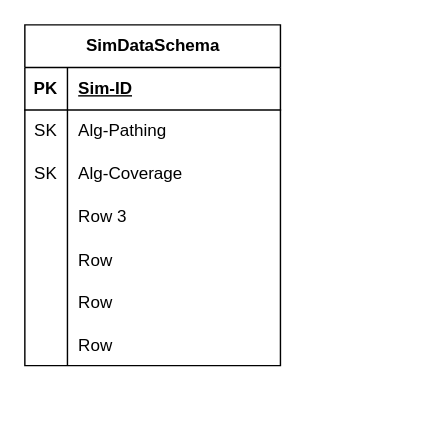
Above: DataSchema.drawio in YammyToast/CMP3753Project (draw.io), before the change. Source tidied: cells renumbered, new cells numbered last; positions are measured from the earlier drawing's top-left corner, leaving out a move shared by most shapes. Both pictures are drawn from the tidied source at 142%, with x=0, y=0 at pixel (24, 24).
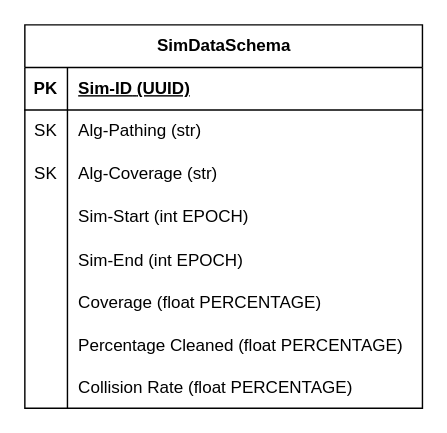
The same diagram, later.

What changed in the source:
```diff
@@
     <mxCell id="2" value="SimDataSchema" style="shape=table;startSize=30;childLayout=tableLayout;rowLines=0;fontStyle=1;align=center;html=1;" parent="1" vertex="1">
-      <mxGeometry width="180" height="240" as="geometry" />
+      <mxGeometry width="280" height="270" as="geometry" />
     </mxCell>
     <mxCell id="3" style="shape=tableRow;horizontal=0;startSize=0;swimlaneHead=0;swimlaneBody=0;fillColor=none;top=0;left=0;right=0;bottom=1;" parent="2" vertex="1">
-      <mxGeometry y="30" width="180" height="30" as="geometry" />
+      <mxGeometry y="30" width="280" height="30" as="geometry" />
     </mxCell>
@@
-    <mxCell id="5" value="Sim-ID" style="shape=partialRectangle;fillColor=none;top=0;left=0;bottom=0;right=0;align=left;spacingLeft=6;fontStyle=5;overflow=hidden;whiteSpace=wrap;html=1;" parent="3" vertex="1">
-      <mxGeometry x="30" width="150" height="30" as="geometry" />
+    <mxCell id="5" value="Sim-ID&lt;span style=&quot;font-weight: normal;&quot;&gt; &lt;/span&gt;(UUID)" style="shape=partialRectangle;fillColor=none;top=0;left=0;bottom=0;right=0;align=left;spacingLeft=6;fontStyle=5;overflow=hidden;whiteSpace=wrap;html=1;" parent="3" vertex="1">
+      <mxGeometry x="30" width="250" height="30" as="geometry" />
     </mxCell>
     <mxCell id="6" style="shape=tableRow;horizontal=0;startSize=0;swimlaneHead=0;swimlaneBody=0;fillColor=none;top=0;left=0;right=0;bottom=0;" parent="2" vertex="1">
-      <mxGeometry y="60" width="180" height="30" as="geometry" />
+      <mxGeometry y="60" width="280" height="30" as="geometry" />
     </mxCell>
@@
-    <mxCell id="8" value="Alg-Pathing&lt;span style=&quot;white-space: pre;&quot;&gt;&#9;&lt;/span&gt;" style="shape=partialRectangle;fillColor=none;top=0;left=0;bottom=0;right=0;align=left;spacingLeft=6;overflow=hidden;whiteSpace=wrap;html=1;" parent="6" vertex="1">
-      <mxGeometry x="30" width="150" height="30" as="geometry" />
+    <mxCell id="8" value="Alg-Pathing (str)" style="shape=partialRectangle;fillColor=none;top=0;left=0;bottom=0;right=0;align=left;spacingLeft=6;overflow=hidden;whiteSpace=wrap;html=1;" parent="6" vertex="1">
+      <mxGeometry x="30" width="250" height="30" as="geometry" />
     </mxCell>
     <mxCell id="9" style="shape=tableRow;horizontal=0;startSize=0;swimlaneHead=0;swimlaneBody=0;fillColor=none;top=0;left=0;right=0;bottom=0;" parent="2" vertex="1">
-      <mxGeometry y="90" width="180" height="30" as="geometry" />
+      <mxGeometry y="90" width="280" height="30" as="geometry" />
     </mxCell>
@@
-    <mxCell id="11" value="Alg-Coverage" style="shape=partialRectangle;fillColor=none;top=0;left=0;bottom=0;right=0;align=left;spacingLeft=6;overflow=hidden;whiteSpace=wrap;html=1;" parent="9" vertex="1">
-      <mxGeometry x="30" width="150" height="30" as="geometry" />
+    <mxCell id="11" value="Alg-Coverage (str)" style="shape=partialRectangle;fillColor=none;top=0;left=0;bottom=0;right=0;align=left;spacingLeft=6;overflow=hidden;whiteSpace=wrap;html=1;" parent="9" vertex="1">
+      <mxGeometry x="30" width="250" height="30" as="geometry" />
     </mxCell>
     <mxCell id="12" style="shape=tableRow;horizontal=0;startSize=0;swimlaneHead=0;swimlaneBody=0;fillColor=none;top=0;left=0;right=0;bottom=0;" parent="2" vertex="1">
-      <mxGeometry y="120" width="180" height="30" as="geometry" />
+      <mxGeometry y="120" width="280" height="30" as="geometry" />
     </mxCell>
@@
-    <mxCell id="14" value="Row 3" style="shape=partialRectangle;fillColor=none;top=0;left=0;bottom=0;right=0;align=left;spacingLeft=6;overflow=hidden;whiteSpace=wrap;html=1;" parent="12" vertex="1">
-      <mxGeometry x="30" width="150" height="30" as="geometry" />
+    <mxCell id="14" value="Sim-Start (int EPOCH)" style="shape=partialRectangle;fillColor=none;top=0;left=0;bottom=0;right=0;align=left;spacingLeft=6;overflow=hidden;whiteSpace=wrap;html=1;" parent="12" vertex="1">
+      <mxGeometry x="30" width="250" height="30" as="geometry" />
     </mxCell>
     <mxCell id="15" style="shape=tableRow;horizontal=0;startSize=0;swimlaneHead=0;swimlaneBody=0;fillColor=none;top=0;left=0;right=0;bottom=0;" parent="2" vertex="1">
-      <mxGeometry y="150" width="180" height="30" as="geometry" />
+      <mxGeometry y="150" width="280" height="30" as="geometry" />
     </mxCell>
@@
-    <mxCell id="17" value="Row" style="shape=partialRectangle;fillColor=none;top=0;left=0;bottom=0;right=0;align=left;spacingLeft=6;overflow=hidden;" parent="15" vertex="1">
-      <mxGeometry x="30" width="150" height="30" as="geometry" />
+    <mxCell id="17" value="Sim-End (int EPOCH)" style="shape=partialRectangle;fillColor=none;top=0;left=0;bottom=0;right=0;align=left;spacingLeft=6;overflow=hidden;" parent="15" vertex="1">
+      <mxGeometry x="30" width="250" height="30" as="geometry" />
     </mxCell>
     <mxCell id="18" style="shape=tableRow;horizontal=0;startSize=0;swimlaneHead=0;swimlaneBody=0;fillColor=none;top=0;left=0;right=0;bottom=0;" parent="2" vertex="1">
-      <mxGeometry y="180" width="180" height="30" as="geometry" />
+      <mxGeometry y="180" width="280" height="30" as="geometry" />
     </mxCell>
@@
-    <mxCell id="20" value="Row" style="shape=partialRectangle;fillColor=none;top=0;left=0;bottom=0;right=0;align=left;spacingLeft=6;overflow=hidden;" parent="18" vertex="1">
-      <mxGeometry x="30" width="150" height="30" as="geometry" />
+    <mxCell id="20" value="Coverage (float PERCENTAGE)" style="shape=partialRectangle;fillColor=none;top=0;left=0;bottom=0;right=0;align=left;spacingLeft=6;overflow=hidden;" parent="18" vertex="1">
+      <mxGeometry x="30" width="250" height="30" as="geometry" />
     </mxCell>
     <mxCell id="21" style="shape=tableRow;horizontal=0;startSize=0;swimlaneHead=0;swimlaneBody=0;fillColor=none;top=0;left=0;right=0;bottom=0;" parent="2" vertex="1">
-      <mxGeometry y="210" width="180" height="30" as="geometry" />
+      <mxGeometry y="210" width="280" height="30" as="geometry" />
     </mxCell>
@@
-    <mxCell id="23" value="Row" style="shape=partialRectangle;fillColor=none;top=0;left=0;bottom=0;right=0;align=left;spacingLeft=6;overflow=hidden;" parent="21" vertex="1">
-      <mxGeometry x="30" width="150" height="30" as="geometry" />
+    <mxCell id="23" value="Percentage Cleaned (float PERCENTAGE)" style="shape=partialRectangle;fillColor=none;top=0;left=0;bottom=0;right=0;align=left;spacingLeft=6;overflow=hidden;" parent="21" vertex="1">
+      <mxGeometry x="30" width="250" height="30" as="geometry" />
     </mxCell>
+    <mxCell id="24" style="shape=tableRow;horizontal=0;startSize=0;swimlaneHead=0;swimlaneBody=0;fillColor=none;top=0;left=0;right=0;bottom=0;" parent="2" vertex="1">
+      <mxGeometry y="240" width="280" height="30" as="geometry" />
+    </mxCell>
+    <mxCell id="25" style="shape=partialRectangle;fillColor=none;top=0;left=0;bottom=0;right=0;overflow=hidden;" parent="24" vertex="1">
+      <mxGeometry width="30" height="30" as="geometry" />
+    </mxCell>
+    <mxCell id="26" value="Collision Rate (float PERCENTAGE)" style="shape=partialRectangle;fillColor=none;top=0;left=0;bottom=0;right=0;align=left;spacingLeft=6;overflow=hidden;" parent="24" vertex="1">
+      <mxGeometry x="30" width="250" height="30" as="geometry" />
+    </mxCell>
```
